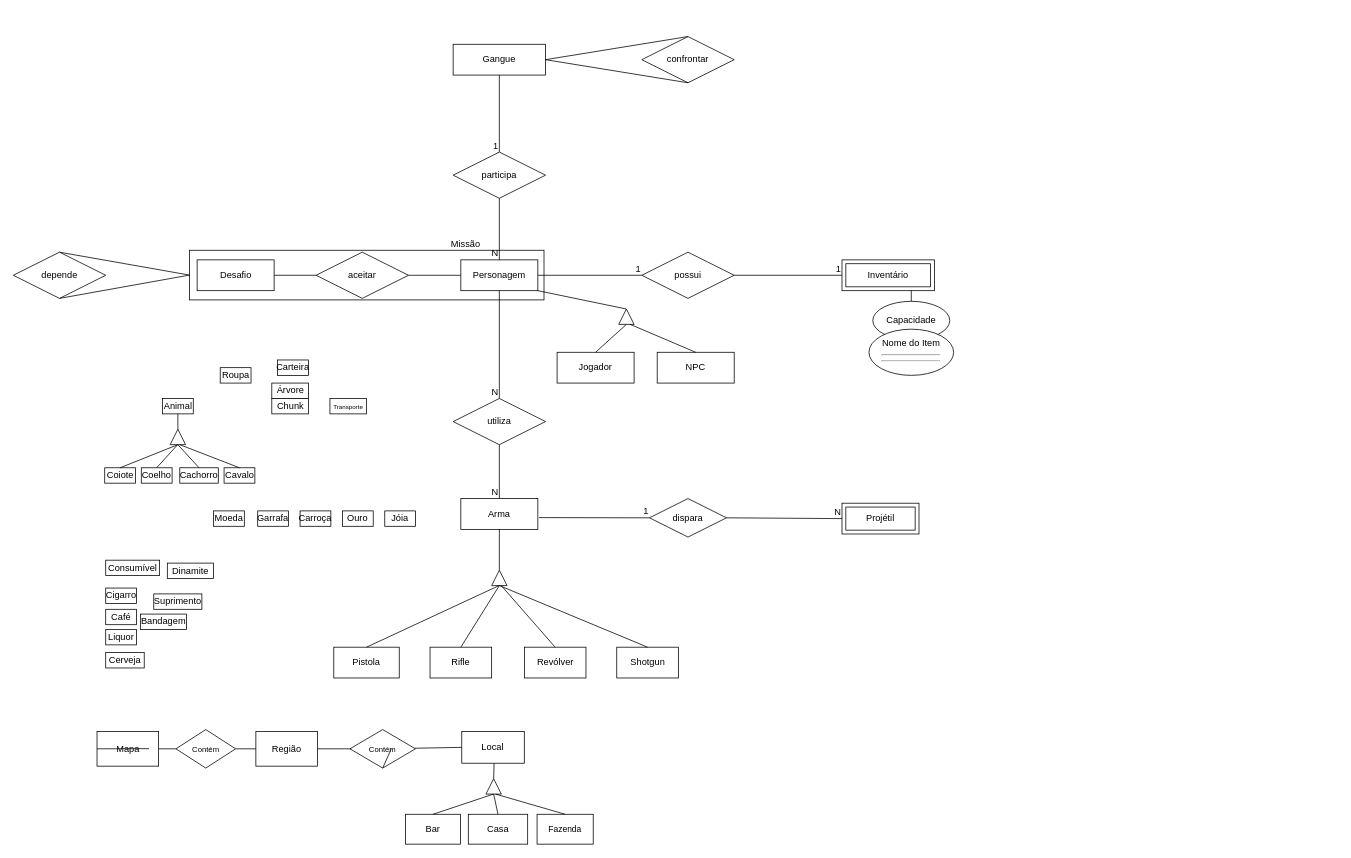
This is assets/img/Untitled Diagram.drawio from SBD1/2024.1-Red_Dead_Redemption2, a draw.io file, before an edit. Source tidied: cells renumbered, new cells numbered last; positions are measured from the earlier drawing's top-left corner, leaving out a move shared by most shapes. Both pictures are drawn from the tidied source at 77%, with x=0, y=0 at pixel (13, 36).
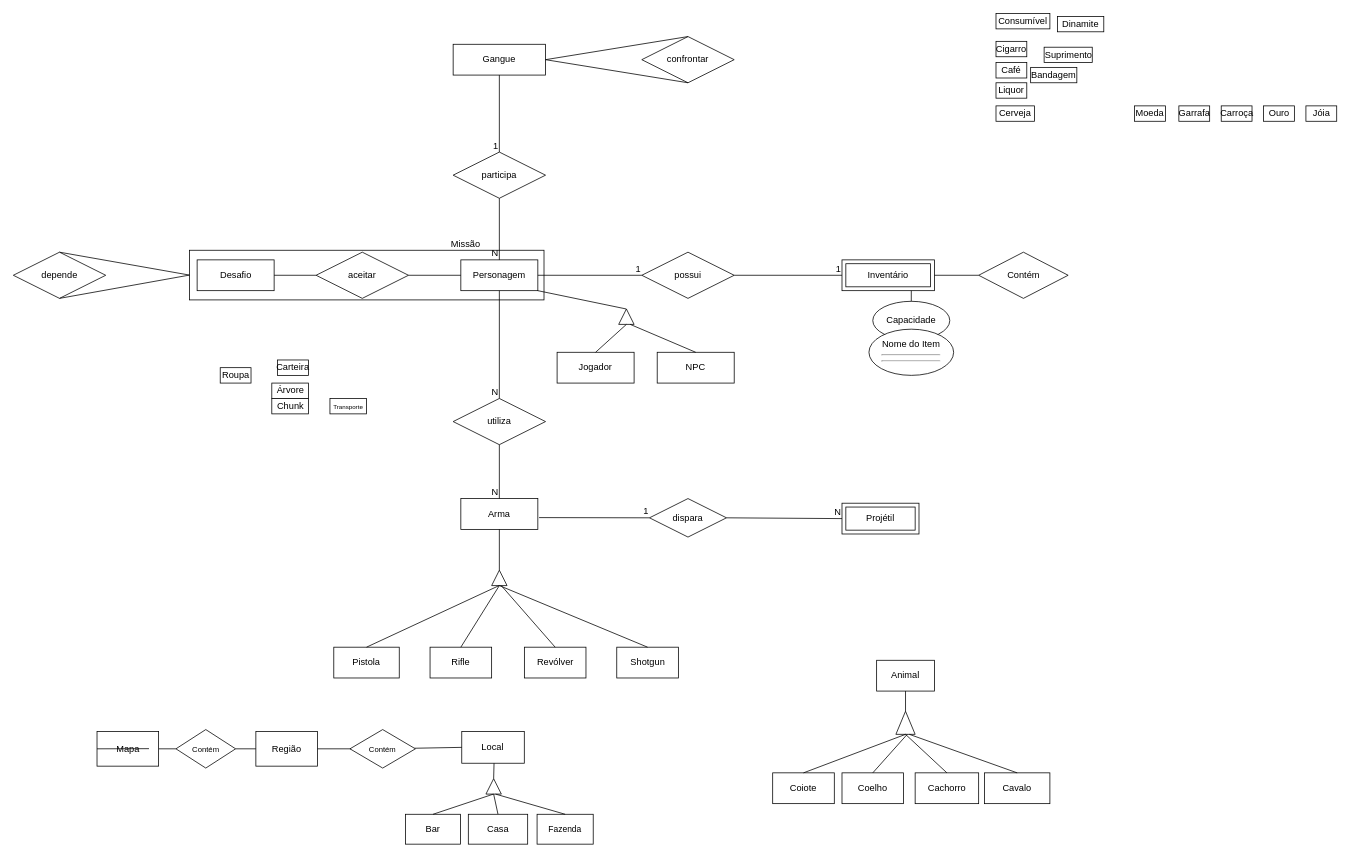
After the change.

Unchanged cells that the change refers to:
```xml
<mxCell id="27" value="Inventário" style="shape=ext;margin=3;double=1;whiteSpace=wrap;html=1;align=center;" parent="1" vertex="1">
  <mxGeometry x="1076" y="290" width="120" height="40" as="geometry" />
</mxCell>
<mxCell id="96" value="&lt;font style=&quot;font-size: 10px;&quot;&gt;Contém&lt;/font&gt;" style="shape=rhombus;perimeter=rhombusPerimeter;whiteSpace=wrap;html=1;align=center;" parent="1" vertex="1">
  <mxGeometry x="437" y="900" width="85" height="50" as="geometry" />
</mxCell>
```

What changed in the source:
```diff
@@
     <mxCell id="5" value="Cachorro" style="whiteSpace=wrap;html=1;" parent="1" vertex="1">
-      <mxGeometry x="216" y="560" width="50" height="20" as="geometry" />
+      <mxGeometry x="1171" y="956.2" width="82.5" height="40" as="geometry" />
     </mxCell>
@@
     <mxCell id="7" value="Ouro" style="whiteSpace=wrap;html=1;" parent="1" vertex="1">
-      <mxGeometry x="427.2" y="616" width="40" height="20" as="geometry" />
+      <mxGeometry x="1623.5" y="90" width="40" height="20" as="geometry" />
     </mxCell>
     <mxCell id="8" value="Coiote" style="whiteSpace=wrap;html=1;" parent="1" vertex="1">
-      <mxGeometry x="118.5" y="560" width="40" height="20" as="geometry" />
+      <mxGeometry x="986" y="956.2" width="80" height="40" as="geometry" />
     </mxCell>
     <mxCell id="9" value="Bandagem" style="whiteSpace=wrap;html=1;" parent="1" vertex="1">
-      <mxGeometry x="164.8" y="750" width="60" height="20" as="geometry" />
+      <mxGeometry x="1321" y="40" width="60" height="20" as="geometry" />
     </mxCell>
     <mxCell id="10" value="Garrafa" style="whiteSpace=wrap;html=1;" parent="1" vertex="1">
-      <mxGeometry x="317.2" y="616" width="40" height="20" as="geometry" />
+      <mxGeometry x="1513.5" y="90" width="40" height="20" as="geometry" />
     </mxCell>
     <mxCell id="11" value="Dinamite" style="whiteSpace=wrap;html=1;" parent="1" vertex="1">
-      <mxGeometry x="199.8" y="683.8" width="60" height="20" as="geometry" />
+      <mxGeometry x="1356" y="-26.2" width="60" height="20" as="geometry" />
     </mxCell>
     <mxCell id="12" value="Jóia" style="whiteSpace=wrap;html=1;" parent="1" vertex="1">
-      <mxGeometry x="482.2" y="616" width="40" height="20" as="geometry" />
+      <mxGeometry x="1678.5" y="90" width="40" height="20" as="geometry" />
     </mxCell>
     <mxCell id="13" value="Coelho" style="whiteSpace=wrap;html=1;" parent="1" vertex="1">
-      <mxGeometry x="166" y="560" width="40" height="20" as="geometry" />
+      <mxGeometry x="1076" y="956.2" width="80" height="40" as="geometry" />
     </mxCell>
     <mxCell id="14" value="Carroça" style="whiteSpace=wrap;html=1;" parent="1" vertex="1">
-      <mxGeometry x="372.2" y="616" width="40" height="20" as="geometry" />
+      <mxGeometry x="1568.5" y="90" width="40" height="20" as="geometry" />
     </mxCell>
     <mxCell id="15" value="Cavalo" style="whiteSpace=wrap;html=1;" parent="1" vertex="1">
-      <mxGeometry x="273.5" y="560" width="40" height="20" as="geometry" />
+      <mxGeometry x="1261" y="956.2" width="85" height="40" as="geometry" />
     </mxCell>
     <mxCell id="16" value="Moeda" style="whiteSpace=wrap;html=1;" parent="1" vertex="1">
-      <mxGeometry x="259.8" y="616" width="40" height="20" as="geometry" />
+      <mxGeometry x="1456" y="90" width="40" height="20" as="geometry" />
     </mxCell>
@@
     <mxCell id="18" value="Consumível" style="whiteSpace=wrap;html=1;" parent="1" vertex="1">
-      <mxGeometry x="119.8" y="680" width="70" height="20" as="geometry" />
+      <mxGeometry x="1276" y="-30" width="70" height="20" as="geometry" />
     </mxCell>
     <mxCell id="19" value="Cigarro" style="whiteSpace=wrap;html=1;" parent="1" vertex="1">
-      <mxGeometry x="119.8" y="716.2" width="40" height="20" as="geometry" />
+      <mxGeometry x="1276" y="6.2" width="40" height="20" as="geometry" />
     </mxCell>
     <mxCell id="20" value="Liquor" style="whiteSpace=wrap;html=1;" parent="1" vertex="1">
-      <mxGeometry x="119.8" y="770" width="40" height="20" as="geometry" />
+      <mxGeometry x="1276" y="60" width="40" height="20" as="geometry" />
     </mxCell>
     <mxCell id="21" value="Cerveja" style="whiteSpace=wrap;html=1;" parent="1" vertex="1">
-      <mxGeometry x="119.8" y="800" width="50" height="20" as="geometry" />
+      <mxGeometry x="1276" y="90" width="50" height="20" as="geometry" />
     </mxCell>
     <mxCell id="22" value="Café" style="whiteSpace=wrap;html=1;" parent="1" vertex="1">
-      <mxGeometry x="119.8" y="743.8" width="40" height="20" as="geometry" />
+      <mxGeometry x="1276" y="33.8" width="40" height="20" as="geometry" />
     </mxCell>
     <mxCell id="23" value="Animal" style="whiteSpace=wrap;html=1;" parent="1" vertex="1">
-      <mxGeometry x="193.5" y="470" width="40" height="20" as="geometry" />
+      <mxGeometry x="1121" y="810" width="75" height="40" as="geometry" />
     </mxCell>
@@
     <mxCell id="25" value="Suprimento" style="whiteSpace=wrap;html=1;" parent="1" vertex="1">
-      <mxGeometry x="182.2" y="723.8" width="62.5" height="20" as="geometry" />
+      <mxGeometry x="1338.5" y="13.8" width="62.5" height="20" as="geometry" />
     </mxCell>
@@
     <mxCell id="66" style="triangle;whiteSpace=wrap;html=1;direction=north;" parent="1" vertex="1">
-      <mxGeometry x="203.5" y="510" width="20" height="20" as="geometry" />
+      <mxGeometry x="1146" y="876.2" width="25" height="30" as="geometry" />
     </mxCell>
@@
     <mxCell id="69" style="endArrow=none;html=1;rounded=0;entryX=0.5;entryY=1;entryDx=0;entryDy=0;exitX=0.5;exitY=0;exitDx=0;exitDy=0;" parent="1" edge="1" source="13">
       <mxGeometry relative="1" as="geometry">
-        <mxPoint x="213.2" y="530" as="targetPoint" />
+        <mxPoint x="1160.7" y="906.2" as="targetPoint" />
       </mxGeometry>
     </mxCell>
@@
     <mxCell id="71" style="endArrow=none;html=1;rounded=0;exitX=0.5;exitY=0;exitDx=0;exitDy=0;" parent="1" edge="1" source="15">
       <mxGeometry relative="1" as="geometry">
-        <mxPoint x="216" y="530" as="targetPoint" />
+        <mxPoint x="1163.5" y="906.2" as="targetPoint" />
       </mxGeometry>
     </mxCell>
@@
-    <mxCell id="106" style="endArrow=none;html=1;rounded=0;entryX=0.5;entryY=1;entryDx=0;entryDy=0;" parent="1" edge="1" target="96">
-      <mxGeometry relative="1" as="geometry">
-        <mxPoint x="490.8" y="924.8" as="sourcePoint" />
-      </mxGeometry>
-    </mxCell>
+    <mxCell id="107" value="Contém" style="shape=rhombus;perimeter=rhombusPerimeter;whiteSpace=wrap;html=1;align=center;" parent="1" vertex="1">
+      <mxGeometry x="1253.5" y="280" width="116.2" height="60" as="geometry" />
+    </mxCell>
+    <mxCell id="108" style="endArrow=none;html=1;rounded=0;exitX=1;exitY=0.5;exitDx=0;exitDy=0;entryX=0;entryY=0.5;entryDx=0;entryDy=0;" parent="1" edge="1" source="27" target="107">
+      <mxGeometry relative="1" as="geometry" />
+    </mxCell>
```
